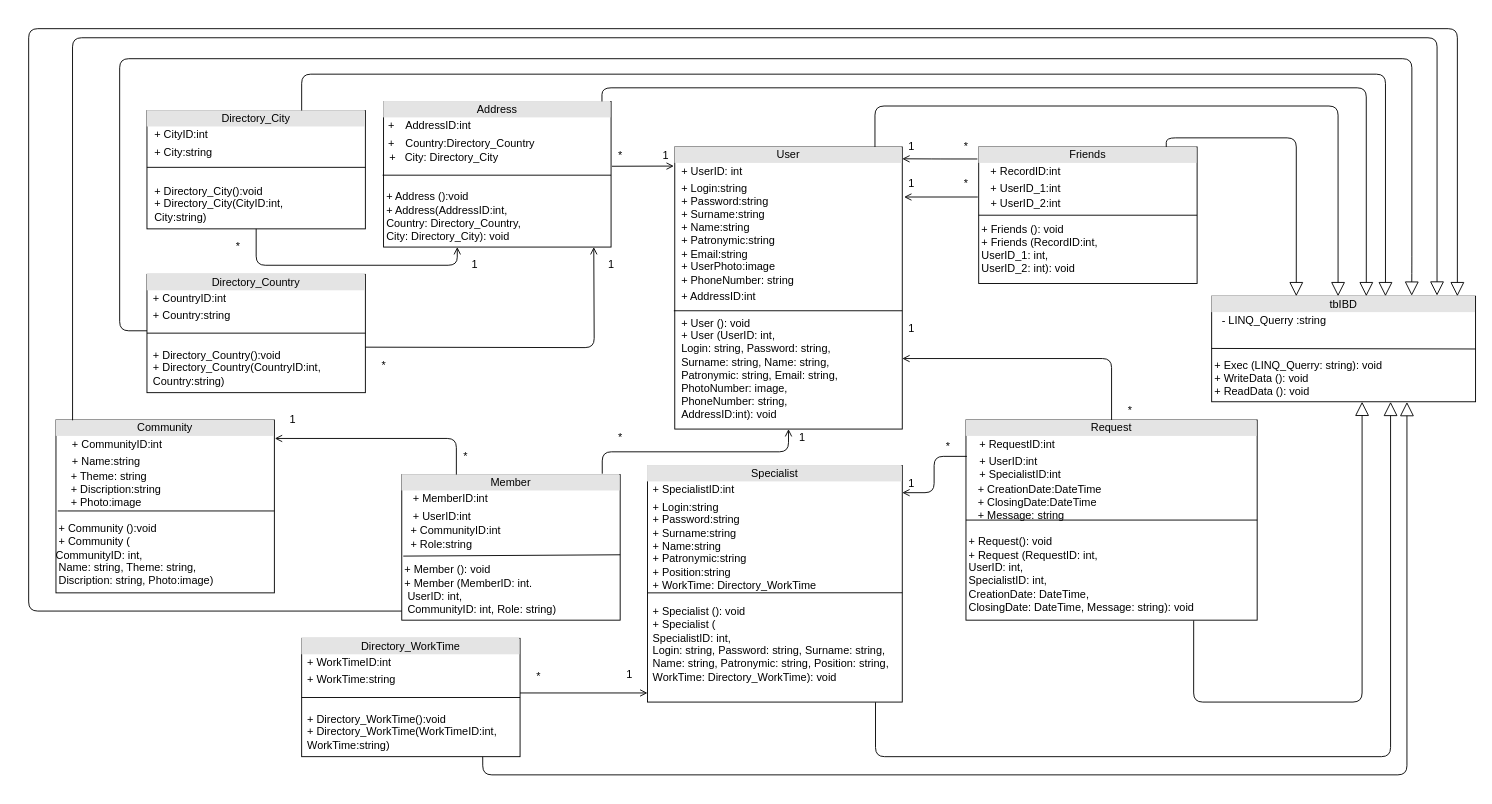
Above: page "Физическая приложения" (6 of 6) of Лабы/ЛР3/Диаграмма классов анализа.drawio in MRTANKO/kyrs_anis (draw.io), before the change. Source tidied: cells renumbered, new cells numbered last; positions are measured from the earlier drawing's top-left corner, leaving out a move shared by most shapes. Both pictures are drawn from the tidied source at 91%, with x=0, y=0 at pixel (28, 28).
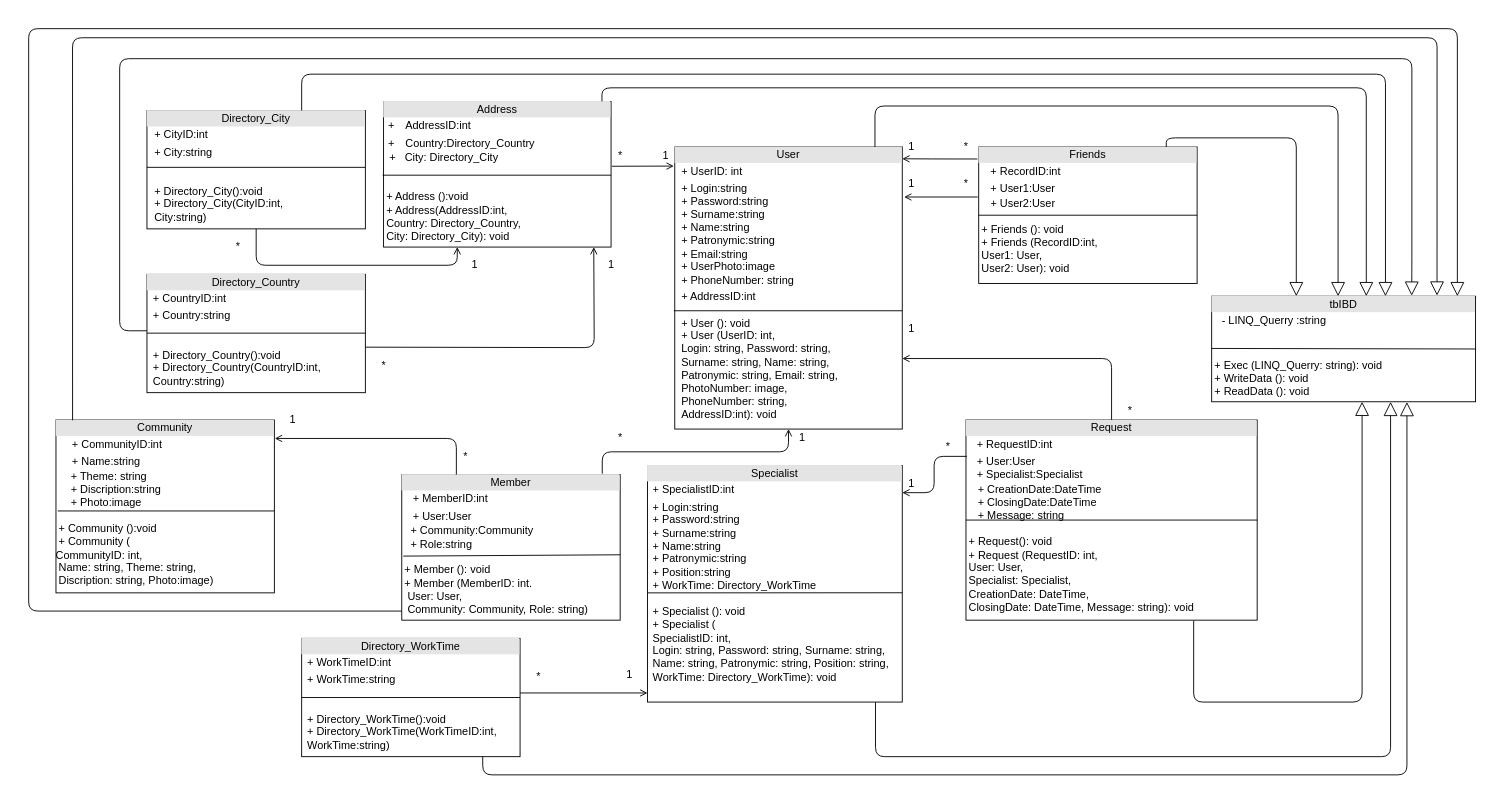
The same page after the edit.

Diff of the diagram source:
```diff
@@
-    <mxCell id="5" value="&lt;div style=&quot;text-align: center ; box-sizing: border-box ; width: 100% ; background: rgb(228 , 228 , 228) ; padding: 2px&quot;&gt;Request&lt;/div&gt;&lt;table style=&quot;width: 100% ; font-size: 1em&quot; cellpadding=&quot;2&quot; cellspacing=&quot;0&quot;&gt;&lt;tbody&gt;&lt;tr&gt;&lt;td&gt;&lt;br&gt;&lt;/td&gt;&lt;td&gt;+ RequestID:int&lt;br&gt;&lt;/td&gt;&lt;/tr&gt;&lt;tr&gt;&lt;td&gt;&lt;br&gt;&lt;/td&gt;&lt;td&gt;+ UserID:int&lt;br&gt;+ SpecialistID:int&lt;/td&gt;&lt;/tr&gt;&lt;/tbody&gt;&lt;/table&gt;&lt;div&gt;&lt;span&gt;&amp;nbsp; &amp;nbsp; + CreationDate:DateTime&lt;/span&gt;&lt;/div&gt;&lt;div&gt;&lt;span&gt;&amp;nbsp; &amp;nbsp; + ClosingDate:DateTime&lt;/span&gt;&lt;/div&gt;&lt;div&gt;&lt;span&gt;&amp;nbsp; &amp;nbsp; + Message: string&lt;/span&gt;&lt;/div&gt;&lt;div&gt;&lt;span&gt;&lt;br&gt;&lt;/span&gt;&lt;/div&gt;&lt;div&gt;&lt;span&gt;&amp;nbsp;+ Request(): void&lt;/span&gt;&lt;br&gt;&lt;/div&gt;&lt;div&gt;&lt;span&gt;&amp;nbsp;+ Request (RequestID: int, &lt;br&gt;&amp;nbsp;UserID: int, &lt;br&gt;&amp;nbsp;SpecialistID: int, &lt;br&gt;&amp;nbsp;CreationDate: DateTime, &lt;br&gt;&amp;nbsp;ClosingDate: DateTime, Message: string): void&lt;/span&gt;&lt;/div&gt;&lt;div&gt;&lt;span&gt;&lt;br&gt;&lt;/span&gt;&lt;/div&gt;" style="verticalAlign=top;align=left;overflow=fill;html=1;" parent="1" vertex="1">
+    <mxCell id="5" value="&lt;div style=&quot;text-align: center ; box-sizing: border-box ; width: 100% ; background: rgb(228 , 228 , 228) ; padding: 2px&quot;&gt;Request&lt;/div&gt;&lt;table style=&quot;width: 100% ; font-size: 1em&quot; cellpadding=&quot;2&quot; cellspacing=&quot;0&quot;&gt;&lt;tbody&gt;&lt;tr&gt;&lt;td&gt;&lt;br&gt;&lt;/td&gt;&lt;td&gt;+ RequestID:int&lt;br&gt;&lt;/td&gt;&lt;/tr&gt;&lt;tr&gt;&lt;td&gt;&lt;br&gt;&lt;/td&gt;&lt;td&gt;+ User:User&lt;br&gt;+ Specialist:Specialist&lt;/td&gt;&lt;/tr&gt;&lt;/tbody&gt;&lt;/table&gt;&lt;div&gt;&lt;span&gt;&amp;nbsp; &amp;nbsp; + CreationDate:DateTime&lt;/span&gt;&lt;/div&gt;&lt;div&gt;&lt;span&gt;&amp;nbsp; &amp;nbsp; + ClosingDate:DateTime&lt;/span&gt;&lt;/div&gt;&lt;div&gt;&lt;span&gt;&amp;nbsp; &amp;nbsp; + Message: string&lt;/span&gt;&lt;/div&gt;&lt;div&gt;&lt;span&gt;&lt;br&gt;&lt;/span&gt;&lt;/div&gt;&lt;div&gt;&lt;span&gt;&amp;nbsp;+ Request(): void&lt;/span&gt;&lt;br&gt;&lt;/div&gt;&lt;div&gt;&lt;span&gt;&amp;nbsp;+ Request (RequestID: int, &lt;br&gt;&amp;nbsp;User: User, &lt;br&gt;&amp;nbsp;Specialist: Specialist, &lt;br&gt;&amp;nbsp;CreationDate: DateTime, &lt;br&gt;&amp;nbsp;ClosingDate: DateTime, Message: string): void&lt;/span&gt;&lt;/div&gt;&lt;div&gt;&lt;span&gt;&lt;br&gt;&lt;/span&gt;&lt;/div&gt;" style="verticalAlign=top;align=left;overflow=fill;html=1;" parent="1" vertex="1">
       <mxGeometry x="1030" y="430" width="320" height="220" as="geometry" />
     </mxCell>
@@
-    <mxCell id="8" value="&lt;div style=&quot;text-align: center ; box-sizing: border-box ; width: 100% ; background: rgb(228 , 228 , 228) ; padding: 2px&quot;&gt;Member&lt;/div&gt;&lt;table style=&quot;width: 100% ; font-size: 1em&quot; cellpadding=&quot;2&quot; cellspacing=&quot;0&quot;&gt;&lt;tbody&gt;&lt;tr&gt;&lt;td&gt;&lt;/td&gt;&lt;td&gt;+ MemberID:int&lt;br&gt;&lt;/td&gt;&lt;/tr&gt;&lt;tr&gt;&lt;td&gt;&lt;br&gt;&lt;/td&gt;&lt;td&gt;+ UserID:int&lt;br&gt;&lt;/td&gt;&lt;/tr&gt;&lt;/tbody&gt;&lt;/table&gt;&lt;div&gt;&lt;span&gt;&amp;nbsp; &amp;nbsp;+ CommunityID:int&lt;/span&gt;&lt;/div&gt;&lt;div&gt;&lt;span&gt;&amp;nbsp; &amp;nbsp;+ Role:string&lt;/span&gt;&lt;/div&gt;&lt;div&gt;&lt;span&gt;&lt;br&gt;&lt;/span&gt;&lt;/div&gt;&lt;div&gt;&lt;span&gt;&amp;nbsp;+ Member (): void&lt;/span&gt;&lt;/div&gt;&lt;div&gt;&lt;span&gt;&amp;nbsp;+ Member (MemberID: int. &lt;br&gt;&amp;nbsp; UserID: int, &lt;br&gt;&amp;nbsp; CommunityID: int, Role: string)&lt;/span&gt;&lt;/div&gt;&lt;div&gt;&lt;span&gt;&lt;br&gt;&lt;/span&gt;&lt;/div&gt;&lt;div&gt;&lt;br&gt;&lt;/div&gt;" style="verticalAlign=top;align=left;overflow=fill;html=1;" parent="1" vertex="1">
+    <mxCell id="8" value="&lt;div style=&quot;text-align: center ; box-sizing: border-box ; width: 100% ; background: rgb(228 , 228 , 228) ; padding: 2px&quot;&gt;Member&lt;/div&gt;&lt;table style=&quot;width: 100% ; font-size: 1em&quot; cellpadding=&quot;2&quot; cellspacing=&quot;0&quot;&gt;&lt;tbody&gt;&lt;tr&gt;&lt;td&gt;&lt;/td&gt;&lt;td&gt;+ MemberID:int&lt;br&gt;&lt;/td&gt;&lt;/tr&gt;&lt;tr&gt;&lt;td&gt;&lt;br&gt;&lt;/td&gt;&lt;td&gt;+ User:User&lt;br&gt;&lt;/td&gt;&lt;/tr&gt;&lt;/tbody&gt;&lt;/table&gt;&lt;div&gt;&lt;span&gt;&amp;nbsp; &amp;nbsp;+ Community:Community&lt;/span&gt;&lt;/div&gt;&lt;div&gt;&lt;span&gt;&amp;nbsp; &amp;nbsp;+ Role:string&lt;/span&gt;&lt;/div&gt;&lt;div&gt;&lt;span&gt;&lt;br&gt;&lt;/span&gt;&lt;/div&gt;&lt;div&gt;&lt;span&gt;&amp;nbsp;+ Member (): void&lt;/span&gt;&lt;/div&gt;&lt;div&gt;&lt;span&gt;&amp;nbsp;+ Member (MemberID: int. &lt;br&gt;&amp;nbsp; User: User, &lt;br&gt;&amp;nbsp; Community: Community, Role: string)&lt;/span&gt;&lt;/div&gt;&lt;div&gt;&lt;span&gt;&lt;br&gt;&lt;/span&gt;&lt;/div&gt;&lt;div&gt;&lt;br&gt;&lt;/div&gt;" style="verticalAlign=top;align=left;overflow=fill;html=1;" parent="1" vertex="1">
       <mxGeometry x="410" y="490" width="240" height="160" as="geometry" />
     </mxCell>
-    <mxCell id="9" value="&lt;div style=&quot;text-align: center ; box-sizing: border-box ; width: 100% ; background: rgb(228 , 228 , 228) ; padding: 2px&quot;&gt;Friends&lt;/div&gt;&lt;table style=&quot;width: 100% ; font-size: 1em&quot; cellpadding=&quot;2&quot; cellspacing=&quot;0&quot;&gt;&lt;tbody&gt;&lt;tr&gt;&lt;td&gt;&lt;br&gt;&lt;/td&gt;&lt;td&gt;+ RecordID:int&lt;br&gt;&lt;/td&gt;&lt;/tr&gt;&lt;tr&gt;&lt;td&gt;&lt;br&gt;&lt;/td&gt;&lt;td&gt;+ UserID_1:int&lt;br&gt;&lt;/td&gt;&lt;/tr&gt;&lt;/tbody&gt;&lt;/table&gt;&lt;div&gt;&lt;span&gt;&amp;nbsp; &amp;nbsp; + UserID_2:int&lt;/span&gt;&lt;/div&gt;&lt;div&gt;&lt;span&gt;&lt;br&gt;&lt;/span&gt;&lt;/div&gt;&lt;div&gt;&lt;span&gt;&amp;nbsp;+ Friends (): void&lt;/span&gt;&lt;/div&gt;&lt;div&gt;&lt;span&gt;&amp;nbsp;+ Friends (RecordID:int,&lt;br&gt;&amp;nbsp;UserID_1: int, &lt;br&gt;&amp;nbsp;UserID_2: int): void&lt;/span&gt;&lt;/div&gt;&lt;div&gt;&lt;br&gt;&lt;/div&gt;" style="verticalAlign=top;align=left;overflow=fill;html=1;" parent="1" vertex="1">
+    <mxCell id="9" value="&lt;div style=&quot;text-align: center ; box-sizing: border-box ; width: 100% ; background: rgb(228 , 228 , 228) ; padding: 2px&quot;&gt;Friends&lt;/div&gt;&lt;table style=&quot;width: 100% ; font-size: 1em&quot; cellpadding=&quot;2&quot; cellspacing=&quot;0&quot;&gt;&lt;tbody&gt;&lt;tr&gt;&lt;td&gt;&lt;br&gt;&lt;/td&gt;&lt;td&gt;+ RecordID:int&lt;br&gt;&lt;/td&gt;&lt;/tr&gt;&lt;tr&gt;&lt;td&gt;&lt;br&gt;&lt;/td&gt;&lt;td&gt;+ User1:User&lt;br&gt;&lt;/td&gt;&lt;/tr&gt;&lt;/tbody&gt;&lt;/table&gt;&lt;div&gt;&lt;span&gt;&amp;nbsp; &amp;nbsp; + User2:User&lt;/span&gt;&lt;/div&gt;&lt;div&gt;&lt;span&gt;&lt;br&gt;&lt;/span&gt;&lt;/div&gt;&lt;div&gt;&lt;span&gt;&amp;nbsp;+ Friends (): void&lt;/span&gt;&lt;/div&gt;&lt;div&gt;&lt;span&gt;&amp;nbsp;+ Friends (RecordID:int,&lt;br&gt;&amp;nbsp;User1: User, &lt;br&gt;&amp;nbsp;User2: User): void&lt;/span&gt;&lt;/div&gt;&lt;div&gt;&lt;br&gt;&lt;/div&gt;" style="verticalAlign=top;align=left;overflow=fill;html=1;" parent="1" vertex="1">
       <mxGeometry x="1044" y="130" width="240" height="150" as="geometry" />
     </mxCell>
```
